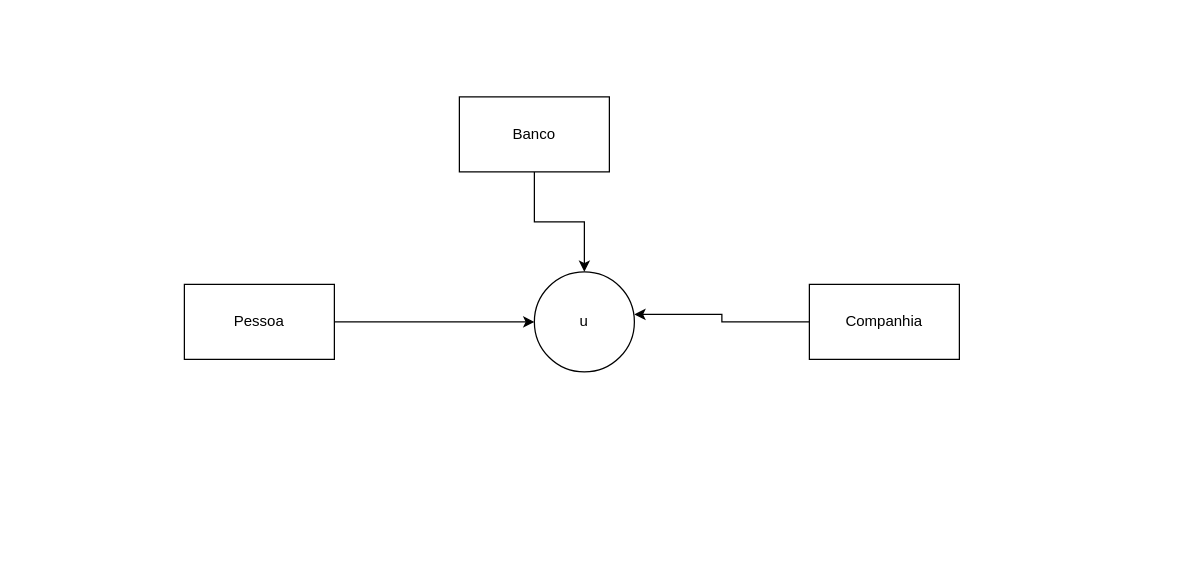
Earlier version of the draw.io diagram DiagramaOrdemServico.drawio (agsilvamhm/SqlDatabaseSpecialist). Source tidied: cells renumbered, new cells numbered last; positions are measured from the earlier drawing's top-left corner, leaving out a move shared by most shapes. Both pictures are drawn from the tidied source at 125%, with x=0, y=0 at pixel (184, 96).
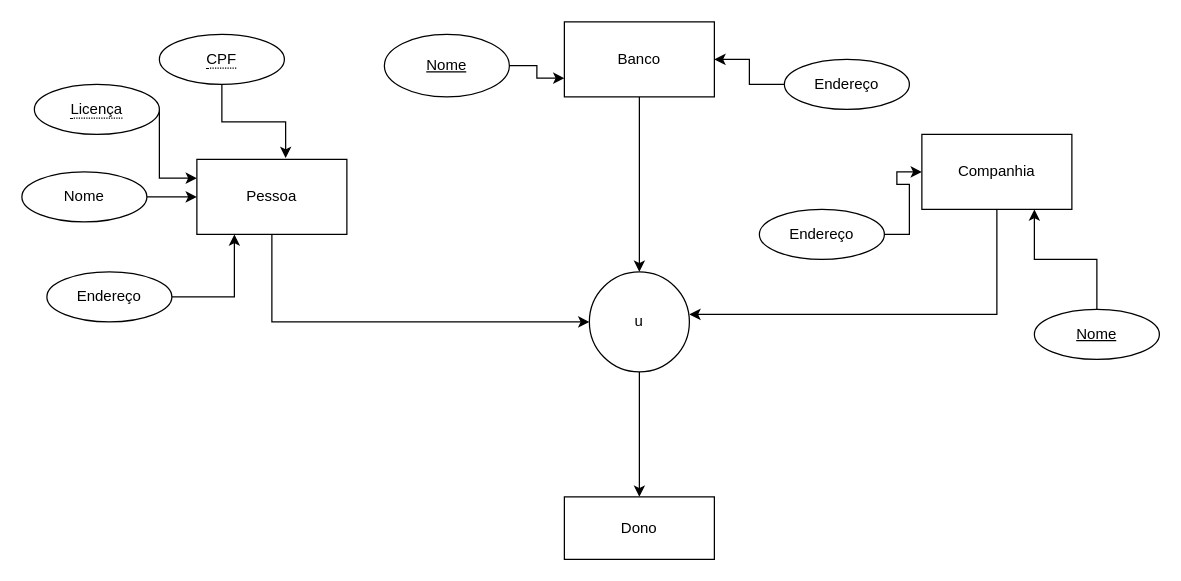
The same diagram, later.

Commit message (it also covers changes not shown here):
Atualizando o diagrama

Change to the diagram source:
```diff
@@
     <mxCell id="2" style="edgeStyle=orthogonalEdgeStyle;rounded=0;jettySize=auto;html=1;" parent="1" edge="1" source="3" target="8">
-      <mxGeometry relative="1" as="geometry" />
+      <mxGeometry relative="1" as="geometry">
+        <Array as="points">
+          <mxPoint x="70" y="180" />
+        </Array>
+      </mxGeometry>
     </mxCell>
     <mxCell id="3" value="Pessoa" style="rounded=0;whiteSpace=wrap;html=1;" parent="1" vertex="1">
-      <mxGeometry y="150" width="120" height="60" as="geometry" />
+      <mxGeometry x="10" y="50" width="120" height="60" as="geometry" />
     </mxCell>
@@
     <mxCell id="5" value="Banco" style="rounded=0;whiteSpace=wrap;html=1;" parent="1" vertex="1">
-      <mxGeometry x="220" width="120" height="60" as="geometry" />
+      <mxGeometry x="304" y="-60" width="120" height="60" as="geometry" />
     </mxCell>
     <mxCell id="6" style="edgeStyle=orthogonalEdgeStyle;rounded=0;jettySize=auto;html=1;entryX=1;entryY=0.425;entryDx=0;entryDy=0;entryPerimeter=0;" parent="1" edge="1" source="7" target="8">
-      <mxGeometry relative="1" as="geometry" />
+      <mxGeometry relative="1" as="geometry">
+        <Array as="points">
+          <mxPoint x="650" y="174" />
+        </Array>
+      </mxGeometry>
     </mxCell>
     <mxCell id="7" value="Companhia" style="rounded=0;whiteSpace=wrap;html=1;" parent="1" vertex="1">
-      <mxGeometry x="500" y="150" width="120" height="60" as="geometry" />
+      <mxGeometry x="590" y="30" width="120" height="60" as="geometry" />
     </mxCell>
+    <mxCell id="9" style="edgeStyle=orthogonalEdgeStyle;rounded=0;jettySize=auto;html=1;entryX=0.5;entryY=0;entryDx=0;entryDy=0;" parent="1" edge="1" source="8" target="10">
+      <mxGeometry relative="1" as="geometry" />
+    </mxCell>
     <mxCell id="8" value="u" style="ellipse;whiteSpace=wrap;html=1;" parent="1" vertex="1">
-      <mxGeometry x="280" y="140" width="80" height="80" as="geometry" />
+      <mxGeometry x="324" y="140" width="80" height="80" as="geometry" />
     </mxCell>
+    <mxCell id="10" value="Dono" style="rounded=0;whiteSpace=wrap;html=1;" parent="1" vertex="1">
+      <mxGeometry x="304" y="320" width="120" height="50" as="geometry" />
+    </mxCell>
+    <mxCell id="11" style="edgeStyle=orthogonalEdgeStyle;rounded=0;jettySize=auto;html=1;entryX=0;entryY=0.25;entryDx=0;entryDy=0;" parent="1" edge="1" source="12" target="3">
+      <mxGeometry relative="1" as="geometry">
+        <Array as="points">
+          <mxPoint x="-20" y="65" />
+        </Array>
+      </mxGeometry>
+    </mxCell>
+    <mxCell id="12" value="&lt;span style=&quot;border-bottom: 1px dotted&quot;&gt;Licença&lt;/span&gt;" style="ellipse;whiteSpace=wrap;html=1;align=center;" parent="1" vertex="1">
+      <mxGeometry x="-120" y="-10" width="100" height="40" as="geometry" />
+    </mxCell>
+    <mxCell id="13" style="edgeStyle=orthogonalEdgeStyle;rounded=0;jettySize=auto;html=1;entryX=0.592;entryY=-0.017;entryDx=0;entryDy=0;entryPerimeter=0;" parent="1" edge="1" source="14" target="3">
+      <mxGeometry relative="1" as="geometry" />
+    </mxCell>
+    <mxCell id="14" value="&lt;span style=&quot;border-bottom: 1px dotted&quot;&gt;CPF&lt;/span&gt;" style="ellipse;whiteSpace=wrap;html=1;align=center;" parent="1" vertex="1">
+      <mxGeometry x="-20" y="-50" width="100" height="40" as="geometry" />
+    </mxCell>
+    <mxCell id="15" style="edgeStyle=orthogonalEdgeStyle;rounded=0;jettySize=auto;html=1;" parent="1" edge="1" source="16" target="3">
+      <mxGeometry relative="1" as="geometry" />
+    </mxCell>
+    <mxCell id="16" value="Nome" style="ellipse;whiteSpace=wrap;html=1;align=center;" parent="1" vertex="1">
+      <mxGeometry x="-130" y="60" width="100" height="40" as="geometry" />
+    </mxCell>
+    <mxCell id="17" style="edgeStyle=orthogonalEdgeStyle;rounded=0;jettySize=auto;html=1;entryX=0.25;entryY=1;entryDx=0;entryDy=0;" parent="1" edge="1" source="18" target="3">
+      <mxGeometry relative="1" as="geometry" />
+    </mxCell>
+    <mxCell id="18" value="Endereço" style="ellipse;whiteSpace=wrap;html=1;align=center;" parent="1" vertex="1">
+      <mxGeometry x="-110" y="140" width="100" height="40" as="geometry" />
+    </mxCell>
+    <mxCell id="19" style="edgeStyle=orthogonalEdgeStyle;rounded=0;jettySize=auto;html=1;entryX=1;entryY=0.5;entryDx=0;entryDy=0;" parent="1" edge="1" source="20" target="5">
+      <mxGeometry relative="1" as="geometry" />
+    </mxCell>
+    <mxCell id="20" value="Endereço" style="ellipse;whiteSpace=wrap;html=1;align=center;" parent="1" vertex="1">
+      <mxGeometry x="480" y="-30" width="100" height="40" as="geometry" />
+    </mxCell>
+    <mxCell id="21" style="edgeStyle=orthogonalEdgeStyle;rounded=0;jettySize=auto;html=1;entryX=0;entryY=0.75;entryDx=0;entryDy=0;" parent="1" edge="1" source="22" target="5">
+      <mxGeometry relative="1" as="geometry" />
+    </mxCell>
+    <mxCell id="22" value="Nome" style="ellipse;whiteSpace=wrap;html=1;align=center;fontStyle=4;" parent="1" vertex="1">
+      <mxGeometry x="160" y="-50" width="100" height="50" as="geometry" />
+    </mxCell>
+    <mxCell id="23" style="edgeStyle=orthogonalEdgeStyle;rounded=0;jettySize=auto;html=1;entryX=0.75;entryY=1;entryDx=0;entryDy=0;" parent="1" edge="1" source="24" target="7">
+      <mxGeometry relative="1" as="geometry" />
+    </mxCell>
+    <mxCell id="24" value="Nome" style="ellipse;whiteSpace=wrap;html=1;align=center;fontStyle=4;" parent="1" vertex="1">
+      <mxGeometry x="680" y="170" width="100" height="40" as="geometry" />
+    </mxCell>
+    <mxCell id="25" style="edgeStyle=orthogonalEdgeStyle;rounded=0;jettySize=auto;html=1;entryX=0;entryY=0.5;entryDx=0;entryDy=0;" parent="1" edge="1" source="26" target="7">
+      <mxGeometry relative="1" as="geometry" />
+    </mxCell>
+    <mxCell id="26" value="Endereço" style="ellipse;whiteSpace=wrap;html=1;align=center;" parent="1" vertex="1">
+      <mxGeometry x="460" y="90" width="100" height="40" as="geometry" />
+    </mxCell>
```
